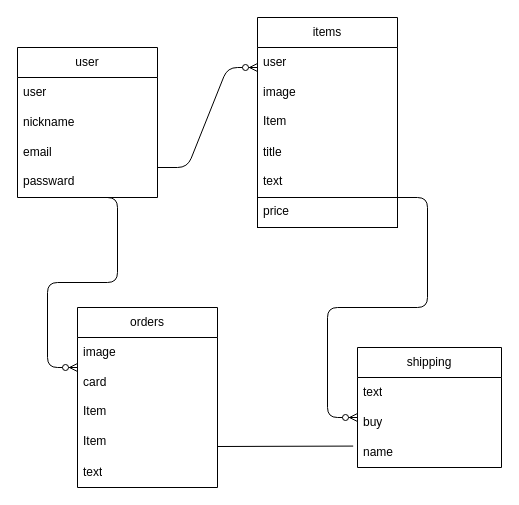
20230824/furima-39867 keeps this draw.io diagram as furima.dio. Above is the earlier version. Source tidied: cells renumbered, new cells numbered last; positions are measured from the earlier drawing's top-left corner, leaving out a move shared by most shapes. Both pictures are drawn from the tidied source at 100%, with x=0, y=0 at pixel (17, 17).
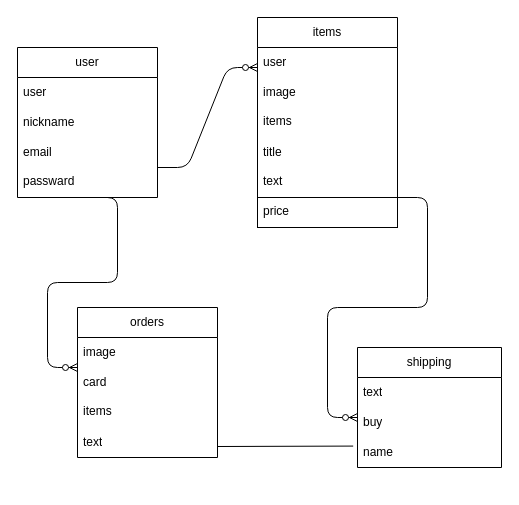
The same diagram, later.

Commit message (it also covers changes not shown here):
テーブル設計

The change refers to these unchanged cells:
```xml
<mxCell id="12" value="items" style="swimlane;fontStyle=0;horizontal=1;startSize=30;whiteSpace=wrap;html=1;" parent="1" vertex="1">
  <mxGeometry x="240" width="140" height="210" as="geometry" />
</mxCell>
```

The edit, as a diff of the source:
```diff
@@
-    <mxCell id="15" value="Item" style="text;strokeColor=none;fillColor=none;spacingLeft=4;spacingRight=4;overflow=hidden;fontSize=12;" parent="12" vertex="1">
+    <mxCell id="15" value="items" style="text;strokeColor=none;fillColor=none;spacingLeft=4;spacingRight=4;overflow=hidden;fontSize=12;" parent="12" vertex="1">
       <mxGeometry y="90" width="140" height="30" as="geometry" />
     </mxCell>
@@
     <mxCell id="20" value="orders" style="swimlane;fontStyle=0;horizontal=1;startSize=30;whiteSpace=wrap;html=1;" parent="1" vertex="1">
-      <mxGeometry x="60" y="290" width="140" height="180" as="geometry" />
+      <mxGeometry x="60" y="290" width="140" height="150" as="geometry" />
     </mxCell>
@@
-    <mxCell id="23" value="Item" style="text;strokeColor=none;fillColor=none;spacingLeft=4;spacingRight=4;overflow=hidden;fontSize=12;" parent="20" vertex="1">
+    <mxCell id="23" value="items" style="text;strokeColor=none;fillColor=none;spacingLeft=4;spacingRight=4;overflow=hidden;fontSize=12;" parent="20" vertex="1">
       <mxGeometry y="90" width="140" height="30" as="geometry" />
     </mxCell>
-    <mxCell id="24" value="Item" style="text;strokeColor=none;fillColor=none;spacingLeft=4;spacingRight=4;overflow=hidden;fontSize=12;" parent="20" vertex="1">
-      <mxGeometry y="120" width="140" height="30" as="geometry" />
-    </mxCell>
     <mxCell id="25" value="text" style="text;strokeColor=none;fillColor=none;align=left;verticalAlign=middle;spacingLeft=4;spacingRight=4;overflow=hidden;whiteSpace=wrap;html=1;" parent="20" vertex="1">
-      <mxGeometry y="150" width="140" height="30" as="geometry" />
+      <mxGeometry y="120" width="140" height="30" as="geometry" />
     </mxCell>
```
